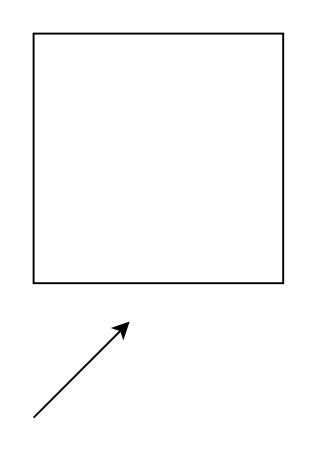
Before: magasinT03.drawio in matthCarlini/model, a draw.io diagram. Source tidied: cells renumbered, new cells numbered last; positions are measured from the earlier drawing's top-left corner, leaving out a move shared by most shapes. Both pictures are drawn from the tidied source at 192%, with x=0, y=0 at pixel (33, 33).
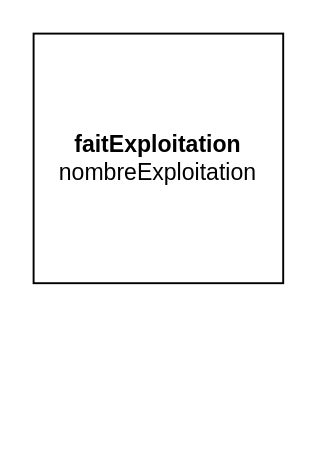
Above is the later version.

Diff of the diagram source:
```diff
@@
 <mxGraphModel>
   <root>
     <mxCell id="0" />
     <mxCell id="1" parent="0" />
-    <mxCell id="2" style="whiteSpace=wrap;html=1;" parent="1" vertex="1">
+    <mxCell id="2" value="&lt;div&gt;&lt;b&gt;faitExploitation&lt;/b&gt;&lt;/div&gt;&lt;div&gt;nombreExploitation&lt;br&gt;&lt;/div&gt;" style="whiteSpace=wrap;html=1;" parent="1" vertex="1">
       <mxGeometry width="130" height="130" as="geometry" />
     </mxCell>
-    <mxCell id="3" style="endArrow=classic;html=1;" parent="1" edge="1">
-      <mxGeometry relative="1" as="geometry">
-        <mxPoint y="200" as="sourcePoint" />
-        <mxPoint x="50" y="150" as="targetPoint" />
-      </mxGeometry>
-    </mxCell>
   </root>
 </mxGraphModel>
```
